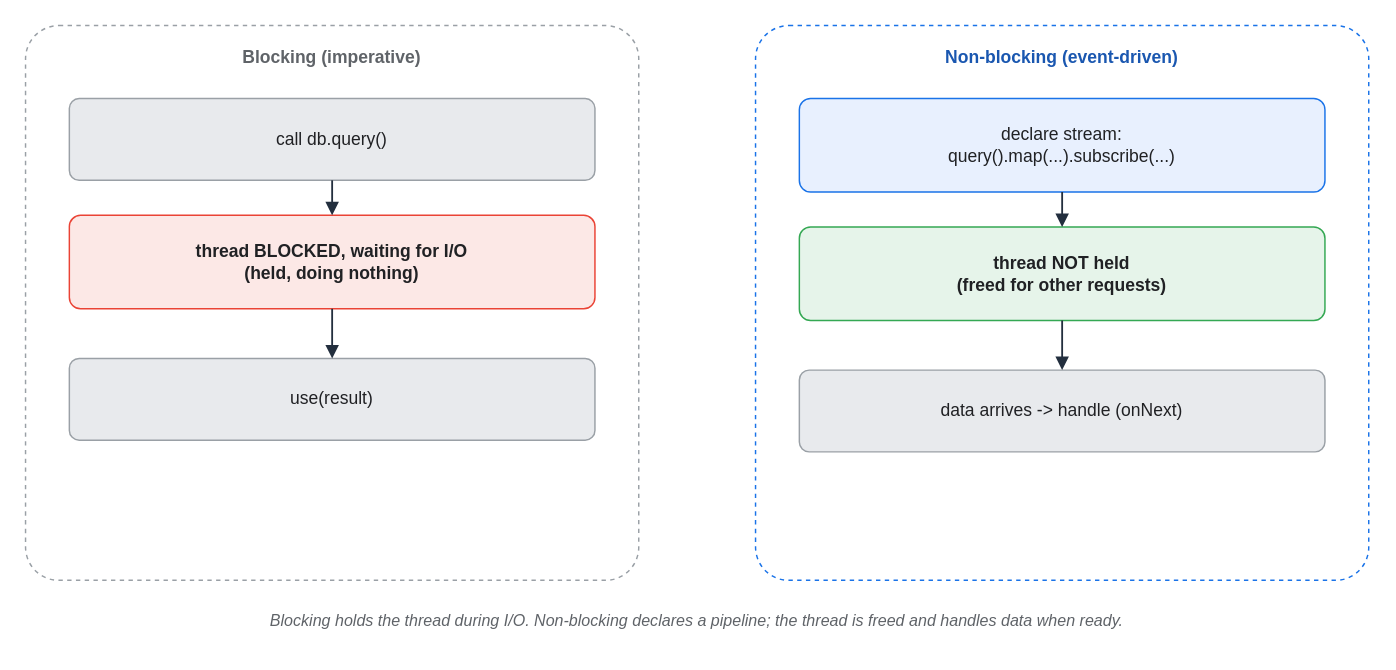
Above: assets/img/spring/spring-09-blocking-vs-reactive.drawio in KKamJi98/kkamji98.github.io (draw.io), before the change. Source tidied: cells renumbered, new cells numbered last; positions are measured from the earlier drawing's top-left corner, leaving out a move shared by most shapes. Both pictures are drawn from the tidied source at 146%, with x=0, y=0 at pixel (25, 25).
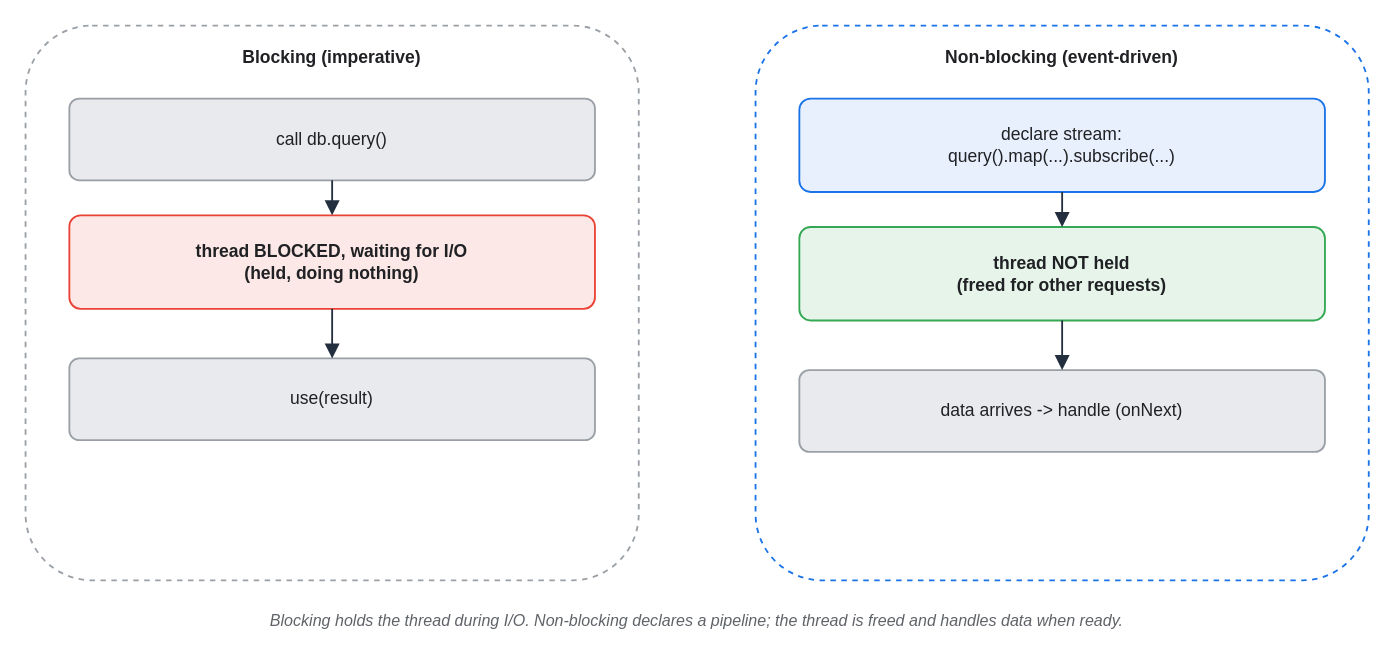
The same page after the edit.

Change to the diagram source:
```diff
@@
 <mxGraphModel background="#FFFFFF">
   <root>
     <mxCell id="0" />
     <mxCell id="1" parent="0" />
-    <mxCell id="2" value="Blocking (imperative)" style="rounded=1;whiteSpace=wrap;html=0;arcSize=6;shadow=0;fillColor=#FFFFFF;strokeColor=#9AA0A6;fontColor=#5F6368;fontStyle=1;verticalAlign=top;align=center;dashed=1;spacingTop=8;" parent="1" vertex="1">
+    <mxCell id="2" value="Blocking (imperative)" style="rounded=1;whiteSpace=wrap;html=0;arcSize=12;shadow=0;fillColor=#FFFFFF;strokeColor=#9AA0A6;fontColor=#202124;fontStyle=1;verticalAlign=top;align=center;dashed=1;spacingTop=8;strokeWidth=1.25;" parent="1" vertex="1">
       <mxGeometry width="420" height="380" as="geometry" />
     </mxCell>
-    <mxCell id="3" value="Non-blocking (event-driven)" style="rounded=1;whiteSpace=wrap;html=0;arcSize=6;shadow=0;fillColor=#FFFFFF;strokeColor=#1A73E8;fontColor=#1A57B0;fontStyle=1;verticalAlign=top;align=center;dashed=1;spacingTop=8;" parent="1" vertex="1">
+    <mxCell id="3" value="Non-blocking (event-driven)" style="rounded=1;whiteSpace=wrap;html=0;arcSize=12;shadow=0;fillColor=#FFFFFF;strokeColor=#1A73E8;fontColor=#202124;fontStyle=1;verticalAlign=top;align=center;dashed=1;spacingTop=8;strokeWidth=1.25;" parent="1" vertex="1">
       <mxGeometry x="500" width="420" height="380" as="geometry" />
     </mxCell>
-    <mxCell id="4" value="call db.query()" style="rounded=1;whiteSpace=wrap;html=0;arcSize=12;shadow=0;fillColor=#E8EAED;strokeColor=#9AA0A6;fontColor=#202124;" parent="1" vertex="1">
+    <mxCell id="4" value="call db.query()" style="rounded=1;whiteSpace=wrap;html=0;arcSize=12;shadow=0;fillColor=#E8EAED;strokeColor=#9AA0A6;fontColor=#202124;strokeWidth=1.25;" parent="1" vertex="1">
       <mxGeometry x="30" y="50" width="360" height="56" as="geometry" />
     </mxCell>
-    <mxCell id="5" value="thread BLOCKED, waiting for I/O&#10;(held, doing nothing)" style="rounded=1;whiteSpace=wrap;html=0;arcSize=12;shadow=0;fillColor=#FCE8E6;strokeColor=#EA4335;fontColor=#202124;fontStyle=1;" parent="1" vertex="1">
+    <mxCell id="5" value="thread BLOCKED, waiting for I/O&#10;(held, doing nothing)" style="rounded=1;whiteSpace=wrap;html=0;arcSize=12;shadow=0;fillColor=#FCE8E6;strokeColor=#EA4335;fontColor=#202124;fontStyle=1;strokeWidth=1.25;" parent="1" vertex="1">
       <mxGeometry x="30" y="130" width="360" height="64" as="geometry" />
     </mxCell>
-    <mxCell id="6" value="use(result)" style="rounded=1;whiteSpace=wrap;html=0;arcSize=12;shadow=0;fillColor=#E8EAED;strokeColor=#9AA0A6;fontColor=#202124;" parent="1" vertex="1">
+    <mxCell id="6" value="use(result)" style="rounded=1;whiteSpace=wrap;html=0;arcSize=12;shadow=0;fillColor=#E8EAED;strokeColor=#9AA0A6;fontColor=#202124;strokeWidth=1.25;" parent="1" vertex="1">
       <mxGeometry x="30" y="228" width="360" height="56" as="geometry" />
     </mxCell>
-    <mxCell id="7" value="declare stream:&#10;query().map(...).subscribe(...)" style="rounded=1;whiteSpace=wrap;html=0;arcSize=12;shadow=0;fillColor=#E8F0FE;strokeColor=#1A73E8;fontColor=#202124;" parent="1" vertex="1">
+    <mxCell id="7" value="declare stream:&#10;query().map(...).subscribe(...)" style="rounded=1;whiteSpace=wrap;html=0;arcSize=12;shadow=0;fillColor=#E8F0FE;strokeColor=#1A73E8;fontColor=#202124;strokeWidth=1.25;" parent="1" vertex="1">
       <mxGeometry x="530" y="50" width="360" height="64" as="geometry" />
     </mxCell>
-    <mxCell id="8" value="thread NOT held&#10;(freed for other requests)" style="rounded=1;whiteSpace=wrap;html=0;arcSize=12;shadow=0;fillColor=#E6F4EA;strokeColor=#34A853;fontColor=#202124;fontStyle=1;" parent="1" vertex="1">
+    <mxCell id="8" value="thread NOT held&#10;(freed for other requests)" style="rounded=1;whiteSpace=wrap;html=0;arcSize=12;shadow=0;fillColor=#E6F4EA;strokeColor=#34A853;fontColor=#202124;fontStyle=1;strokeWidth=1.25;" parent="1" vertex="1">
       <mxGeometry x="530" y="138" width="360" height="64" as="geometry" />
     </mxCell>
-    <mxCell id="9" value="data arrives -&gt; handle (onNext)" style="rounded=1;whiteSpace=wrap;html=0;arcSize=12;shadow=0;fillColor=#E8EAED;strokeColor=#9AA0A6;fontColor=#202124;" parent="1" vertex="1">
+    <mxCell id="9" value="data arrives -&gt; handle (onNext)" style="rounded=1;whiteSpace=wrap;html=0;arcSize=12;shadow=0;fillColor=#E8EAED;strokeColor=#9AA0A6;fontColor=#202124;strokeWidth=1.25;" parent="1" vertex="1">
       <mxGeometry x="530" y="236" width="360" height="56" as="geometry" />
     </mxCell>
     <mxCell id="10" value="Blocking holds the thread during I/O. Non-blocking declares a pipeline; the thread is freed and handles data when ready." style="text;html=0;align=center;verticalAlign=middle;whiteSpace=wrap;fontSize=11;fontColor=#5F6368;fontStyle=2;" parent="1" vertex="1">
       <mxGeometry x="20" y="392" width="880" height="32" as="geometry" />
     </mxCell>
-    <mxCell id="11" style="edgeStyle=orthogonalEdgeStyle;rounded=1;html=0;strokeColor=#232F3E;fontColor=#232F3E;labelBackgroundColor=none;endArrow=block;exitX=0.5;exitY=1;exitDx=0;exitDy=0;entryX=0.5;entryY=0;entryDx=0;entryDy=0;strokeWidth=1.25;" parent="1" edge="1" source="4" target="5">
+    <mxCell id="11" style="edgeStyle=orthogonalEdgeStyle;rounded=1;html=0;strokeColor=#232F3E;fontColor=#202124;labelBackgroundColor=none;endArrow=block;exitX=0.5;exitY=1;exitDx=0;exitDy=0;entryX=0.5;entryY=0;entryDx=0;entryDy=0;strokeWidth=1.25;endSize=7;" parent="1" edge="1" source="4" target="5">
       <mxGeometry relative="1" as="geometry" />
     </mxCell>
-    <mxCell id="12" style="edgeStyle=orthogonalEdgeStyle;rounded=1;html=0;strokeColor=#232F3E;fontColor=#232F3E;labelBackgroundColor=none;endArrow=block;exitX=0.5;exitY=1;exitDx=0;exitDy=0;entryX=0.5;entryY=0;entryDx=0;entryDy=0;strokeWidth=1.25;" parent="1" edge="1" source="5" target="6">
+    <mxCell id="12" style="edgeStyle=orthogonalEdgeStyle;rounded=1;html=0;strokeColor=#232F3E;fontColor=#202124;labelBackgroundColor=none;endArrow=block;exitX=0.5;exitY=1;exitDx=0;exitDy=0;entryX=0.5;entryY=0;entryDx=0;entryDy=0;strokeWidth=1.25;endSize=7;" parent="1" edge="1" source="5" target="6">
       <mxGeometry relative="1" as="geometry" />
     </mxCell>
-    <mxCell id="13" style="edgeStyle=orthogonalEdgeStyle;rounded=1;html=0;strokeColor=#232F3E;fontColor=#232F3E;labelBackgroundColor=none;endArrow=block;exitX=0.5;exitY=1;exitDx=0;exitDy=0;entryX=0.5;entryY=0;entryDx=0;entryDy=0;strokeWidth=1.25;" parent="1" edge="1" source="7" target="8">
+    <mxCell id="13" style="edgeStyle=orthogonalEdgeStyle;rounded=1;html=0;strokeColor=#232F3E;fontColor=#202124;labelBackgroundColor=none;endArrow=block;exitX=0.5;exitY=1;exitDx=0;exitDy=0;entryX=0.5;entryY=0;entryDx=0;entryDy=0;strokeWidth=1.25;endSize=7;" parent="1" edge="1" source="7" target="8">
       <mxGeometry relative="1" as="geometry" />
     </mxCell>
-    <mxCell id="14" style="edgeStyle=orthogonalEdgeStyle;rounded=1;html=0;strokeColor=#232F3E;fontColor=#232F3E;labelBackgroundColor=none;endArrow=block;exitX=0.5;exitY=1;exitDx=0;exitDy=0;entryX=0.5;entryY=0;entryDx=0;entryDy=0;strokeWidth=1.25;" parent="1" edge="1" source="8" target="9">
+    <mxCell id="14" style="edgeStyle=orthogonalEdgeStyle;rounded=1;html=0;strokeColor=#232F3E;fontColor=#202124;labelBackgroundColor=none;endArrow=block;exitX=0.5;exitY=1;exitDx=0;exitDy=0;entryX=0.5;entryY=0;entryDx=0;entryDy=0;strokeWidth=1.25;endSize=7;" parent="1" edge="1" source="8" target="9">
       <mxGeometry relative="1" as="geometry" />
     </mxCell>
   </root>
 </mxGraphModel>
```
